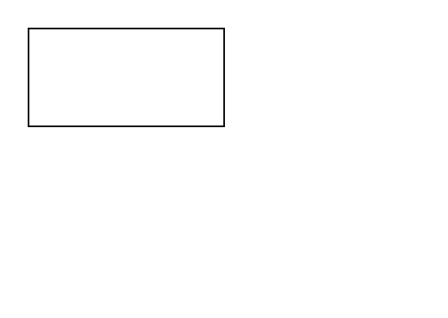
Above: AutoDiaTeste.drawio in leandrosly/Auto-Diagram (draw.io), before the change. Source tidied: cells renumbered, new cells numbered last; positions are measured from the earlier drawing's top-left corner, leaving out a move shared by most shapes. Both pictures are drawn from the tidied source at 163%, with x=0, y=0 at pixel (28, 28).
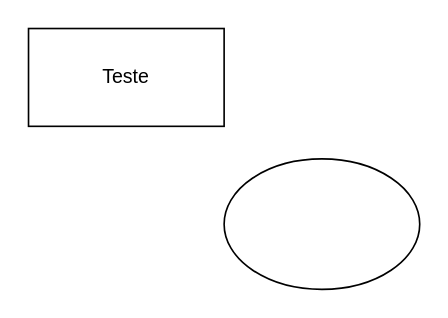
After the change.

What changed in the source:
```diff
@@
 <mxGraphModel>
   <root>
     <mxCell id="0" />
     <mxCell id="1" parent="0" />
-    <mxCell id="2" style="rounded=0;whiteSpace=wrap;html=1;" parent="1" vertex="1">
+    <mxCell id="2" value="Teste" style="rounded=0;whiteSpace=wrap;html=1;" parent="1" vertex="1">
       <mxGeometry width="120" height="60" as="geometry" />
     </mxCell>
+    <mxCell id="3" style="ellipse;whiteSpace=wrap;html=1;" parent="1" vertex="1">
+      <mxGeometry x="120" y="80" width="120" height="80" as="geometry" />
+    </mxCell>
   </root>
 </mxGraphModel>
```
